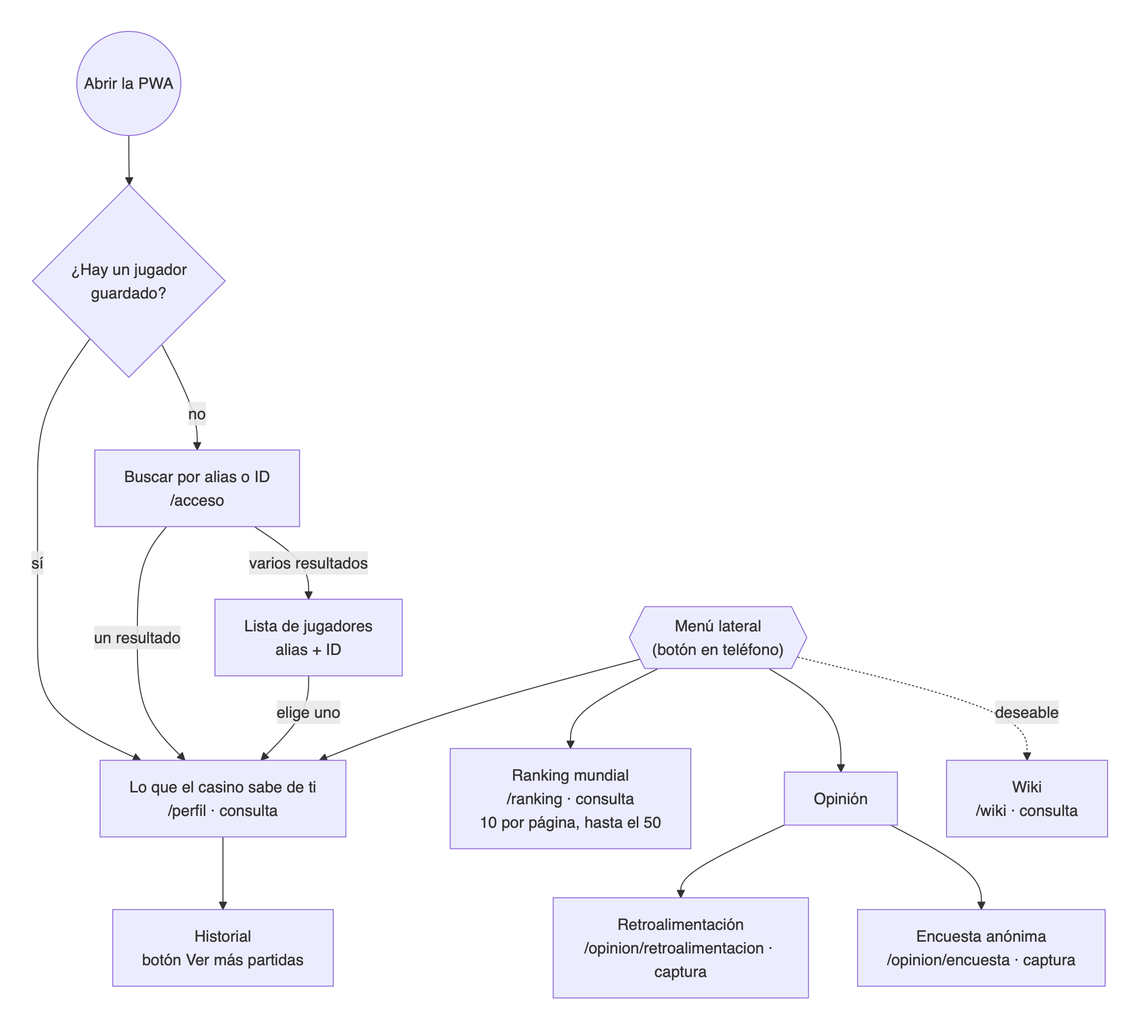
The Mermaid diagram docs/diagramas/navegacion.png in Anuma-Games/fat-fish-pwa, before a commit. Its source is kept beside it as docs/diagramas/navegacion.mmd. Source of this version:
```mermaid
flowchart TD
    START(("Abrir la PWA")) --> HAS{"¿Hay un jugador<br/>guardado?"}
    HAS -->|sí| PERFIL
    HAS -->|no| ACCESO

    ACCESO["Buscar por alias o ID<br/>/acceso"] -->|"varios resultados"| LISTA["Lista de jugadores<br/>alias + ID"]
    ACCESO -->|"un resultado"| PERFIL
    LISTA -->|"elige uno"| PERFIL

    PERFIL["Lo que el casino sabe de ti<br/>/perfil · consulta"] --> HIST["Historial<br/>botón Ver más partidas"]

    MENU{{"Menú lateral<br/>(botón en teléfono)"}}
    MENU --> PERFIL
    MENU --> RANK["Ranking mundial<br/>/ranking · consulta<br/>10 por página, hasta el 50"]
    MENU --> OPI["Opinión"]
    MENU -.->|deseable| WIKI["Wiki<br/>/wiki · consulta"]

    OPI --> RETRO["Retroalimentación<br/>/opinion/retroalimentacion · captura"]
    OPI --> ENC["Encuesta anónima<br/>/opinion/encuesta · captura"]
```
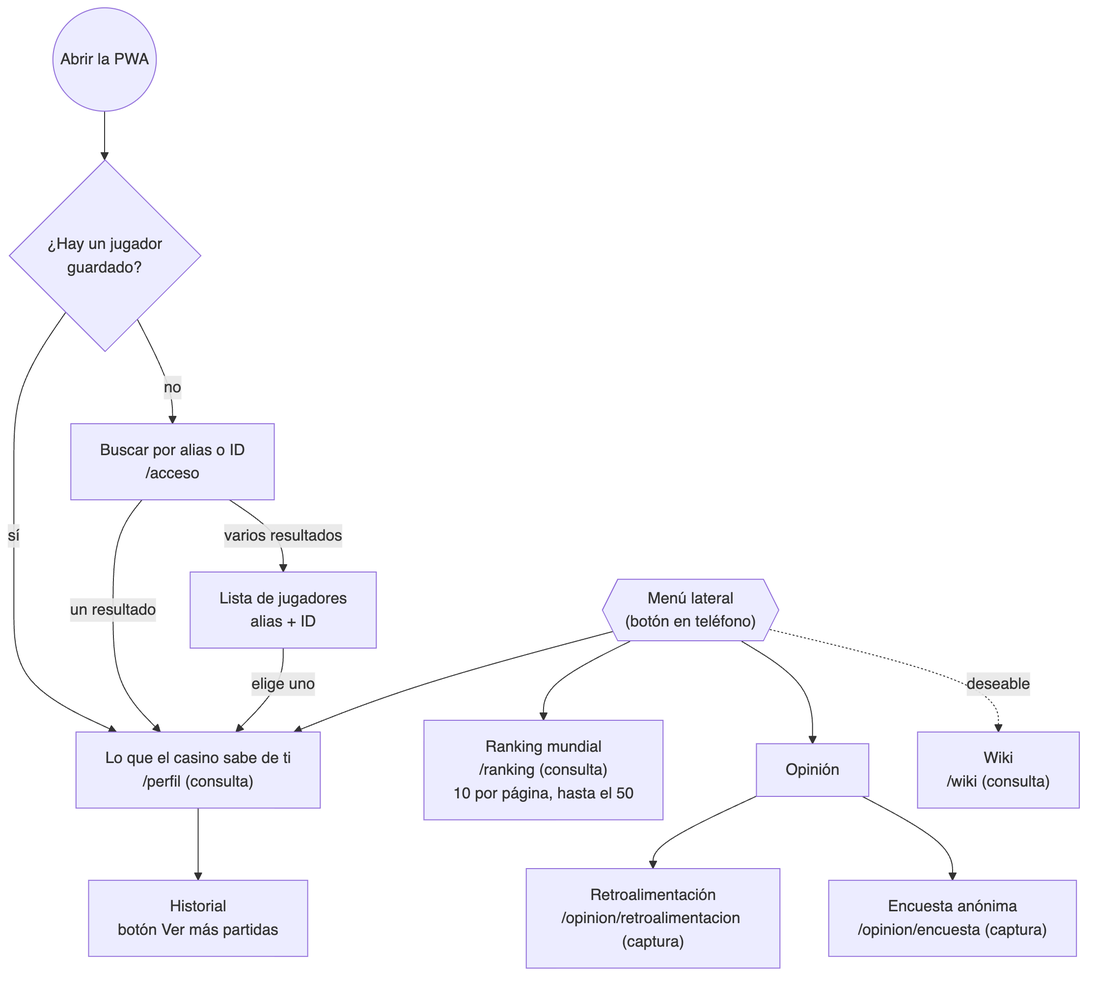
The same file after the commit.

Change to the diagram source:
```diff
@@ -7,13 +7,13 @@
     ACCESO -->|"un resultado"| PERFIL
     LISTA -->|"elige uno"| PERFIL
 
-    PERFIL["Lo que el casino sabe de ti<br/>/perfil · consulta"] --> HIST["Historial<br/>botón Ver más partidas"]
+    PERFIL["Lo que el casino sabe de ti<br/>/perfil (consulta)"] --> HIST["Historial<br/>botón Ver más partidas"]
 
     MENU{{"Menú lateral<br/>(botón en teléfono)"}}
     MENU --> PERFIL
-    MENU --> RANK["Ranking mundial<br/>/ranking · consulta<br/>10 por página, hasta el 50"]
+    MENU --> RANK["Ranking mundial<br/>/ranking (consulta)<br/>10 por página, hasta el 50"]
     MENU --> OPI["Opinión"]
-    MENU -.->|deseable| WIKI["Wiki<br/>/wiki · consulta"]
+    MENU -.->|deseable| WIKI["Wiki<br/>/wiki (consulta)"]
 
-    OPI --> RETRO["Retroalimentación<br/>/opinion/retroalimentacion · captura"]
-    OPI --> ENC["Encuesta anónima<br/>/opinion/encuesta · captura"]
+    OPI --> RETRO["Retroalimentación<br/>/opinion/retroalimentacion (captura)"]
+    OPI --> ENC["Encuesta anónima<br/>/opinion/encuesta (captura)"]
```
